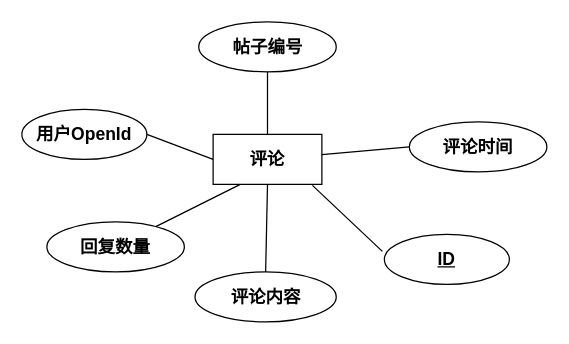
This is 评论实体图.drawio from geoffrey-h/code, a draw.io file, before an edit. Source tidied: cells renumbered, new cells numbered last; positions are measured from the earlier drawing's top-left corner, leaving out a move shared by most shapes. Both pictures are drawn from the tidied source at 125%, with x=0, y=0 at pixel (21, 21).
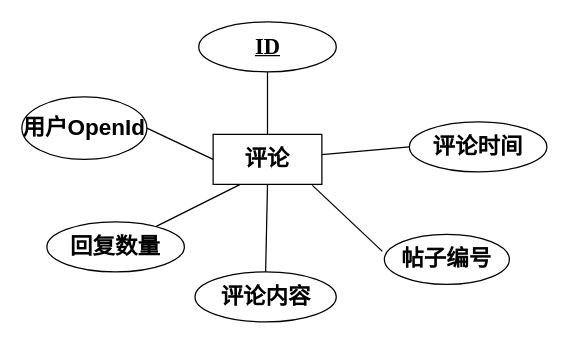
Above is the later version.

Commit message:
更新评论实体图.drawio

Diff of the diagram source:
```diff
@@
 <mxGraphModel>
   <root>
     <mxCell id="0" />
     <mxCell id="1" parent="0" />
-    <mxCell id="2" value="&lt;b&gt;&lt;font style=&quot;font-size: 14px&quot;&gt;评论&lt;/font&gt;&lt;/b&gt;" style="rounded=0;whiteSpace=wrap;html=1;" parent="1" vertex="1">
+    <mxCell id="2" value="&lt;b&gt;&lt;font style=&quot;font-size: 18px&quot; face=&quot;宋体&quot;&gt;评论&lt;/font&gt;&lt;/b&gt;" style="rounded=0;whiteSpace=wrap;html=1;" parent="1" vertex="1">
       <mxGeometry x="153" y="90" width="87" height="40" as="geometry" />
     </mxCell>
-    <mxCell id="3" value="&lt;b&gt;&lt;font style=&quot;font-size: 14px&quot;&gt;用户OpenId&lt;/font&gt;&lt;/b&gt;" style="ellipse;whiteSpace=wrap;html=1;" parent="1" vertex="1">
-      <mxGeometry y="70" width="100" height="40" as="geometry" />
+    <mxCell id="3" value="&lt;b&gt;&lt;font style=&quot;font-size: 18px&quot; face=&quot;宋体&quot;&gt;用户OpenId&lt;/font&gt;&lt;/b&gt;" style="ellipse;whiteSpace=wrap;html=1;" parent="1" vertex="1">
+      <mxGeometry y="60" width="100" height="50" as="geometry" />
     </mxCell>
-    <mxCell id="4" value="&lt;font style=&quot;font-size: 14px&quot;&gt;&lt;b&gt;回复数量&lt;/b&gt;&lt;/font&gt;" style="ellipse;whiteSpace=wrap;html=1;" parent="1" vertex="1">
+    <mxCell id="4" value="&lt;font style=&quot;font-size: 18px&quot; face=&quot;宋体&quot;&gt;&lt;b&gt;回复数量&lt;/b&gt;&lt;/font&gt;" style="ellipse;whiteSpace=wrap;html=1;" parent="1" vertex="1">
       <mxGeometry x="20" y="160" width="110" height="40" as="geometry" />
     </mxCell>
-    <mxCell id="5" value="&lt;font style=&quot;font-size: 14px&quot;&gt;&lt;b&gt;评论内容&lt;/b&gt;&lt;/font&gt;" style="ellipse;whiteSpace=wrap;html=1;" parent="1" vertex="1">
+    <mxCell id="5" value="&lt;font style=&quot;font-size: 18px&quot; face=&quot;宋体&quot;&gt;&lt;b&gt;评论内容&lt;/b&gt;&lt;/font&gt;" style="ellipse;whiteSpace=wrap;html=1;" parent="1" vertex="1">
       <mxGeometry x="138.5" y="200" width="113" height="40" as="geometry" />
     </mxCell>
-    <mxCell id="6" value="&lt;font style=&quot;font-size: 14px&quot;&gt;&lt;b&gt;帖子编号&lt;/b&gt;&lt;/font&gt;" style="ellipse;whiteSpace=wrap;html=1;" parent="1" vertex="1">
+    <mxCell id="6" value="&lt;font style=&quot;font-size: 18px&quot; face=&quot;Times new Roman&quot;&gt;&lt;b&gt;&lt;u&gt;ID&lt;/u&gt;&lt;/b&gt;&lt;/font&gt;" style="ellipse;whiteSpace=wrap;html=1;" parent="1" vertex="1">
       <mxGeometry x="141.5" width="110" height="40" as="geometry" />
     </mxCell>
-    <mxCell id="7" value="&lt;font style=&quot;font-size: 14px&quot;&gt;&lt;b&gt;评论时间&lt;/b&gt;&lt;/font&gt;" style="ellipse;whiteSpace=wrap;html=1;" parent="1" vertex="1">
+    <mxCell id="7" value="&lt;font style=&quot;font-size: 18px&quot; face=&quot;宋体&quot;&gt;&lt;b&gt;评论时间&lt;/b&gt;&lt;/font&gt;" style="ellipse;whiteSpace=wrap;html=1;" parent="1" vertex="1">
       <mxGeometry x="310" y="80" width="110" height="40" as="geometry" />
     </mxCell>
-    <mxCell id="8" value="&lt;u&gt;&lt;font style=&quot;font-size: 14px&quot;&gt;&lt;b&gt;ID&lt;/b&gt;&lt;/font&gt;&lt;/u&gt;" style="ellipse;whiteSpace=wrap;html=1;" parent="1" vertex="1">
+    <mxCell id="8" value="&lt;b&gt;&lt;font style=&quot;font-size: 18px&quot; face=&quot;宋体&quot;&gt;帖子编号&lt;/font&gt;&lt;/b&gt;" style="ellipse;whiteSpace=wrap;html=1;" parent="1" vertex="1">
       <mxGeometry x="290" y="170" width="100" height="40" as="geometry" />
     </mxCell>
     <mxCell id="9" style="endArrow=none;html=1;entryX=0.5;entryY=1;entryDx=0;entryDy=0;exitX=0.5;exitY=0;exitDx=0;exitDy=0;" parent="1" edge="1" source="2" target="6">
       <mxGeometry relative="1" as="geometry" />
     </mxCell>
     <mxCell id="10" style="endArrow=none;html=1;entryX=0;entryY=0.5;entryDx=0;entryDy=0;exitX=1;exitY=0.5;exitDx=0;exitDy=0;" parent="1" edge="1" source="3" target="2">
       <mxGeometry relative="1" as="geometry" />
     </mxCell>
     <mxCell id="11" style="endArrow=none;html=1;entryX=0.25;entryY=1;entryDx=0;entryDy=0;" parent="1" edge="1" source="4" target="2">
       <mxGeometry relative="1" as="geometry" />
     </mxCell>
     <mxCell id="12" style="endArrow=none;html=1;entryX=0.5;entryY=1;entryDx=0;entryDy=0;exitX=0.5;exitY=0;exitDx=0;exitDy=0;" parent="1" edge="1" source="5" target="2">
       <mxGeometry relative="1" as="geometry" />
     </mxCell>
     <mxCell id="13" style="endArrow=none;html=1;entryX=0;entryY=0.5;entryDx=0;entryDy=0;" parent="1" edge="1" source="2" target="7">
       <mxGeometry relative="1" as="geometry" />
     </mxCell>
     <mxCell id="14" style="endArrow=none;html=1;entryX=-0.016;entryY=0.34;entryDx=0;entryDy=0;entryPerimeter=0;exitX=0.913;exitY=1.02;exitDx=0;exitDy=0;exitPerimeter=0;" parent="1" edge="1" source="2" target="8">
       <mxGeometry relative="1" as="geometry" />
     </mxCell>
   </root>
 </mxGraphModel>
```
